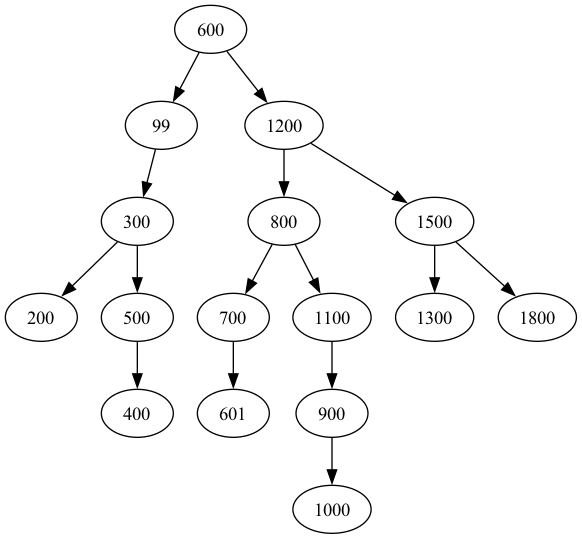
Above: grafica_arbol.png in Edwinhndz/201807124_EDD_Proyecto (Graphviz), before the change. Its source is kept beside it as grafica_arbol.dot.
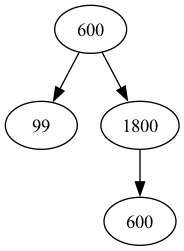
After the commit.

Change to the diagram source:
```diff
@@ -2,46 +2,10 @@
 P12345678[label ="600"];
 P12345678->P98765432;
 P98765432[label ="99"];
-P98765432[label ="99"];
-P98765432->P1514131719;
-P1514131719[label ="300"];
-P1514131719[label ="300"];
-P1514131719->P44454647;
-P44454647[label ="200"];
-P1514131719[label ="300"];
-P1514131719->P32333435;
-P32333435[label ="500"];
-P32333435[label ="500"];
-P32333435->P60616263;
-P60616263[label ="400"];
 P12345678[label ="600"];
-P12345678->P24681012;
-P24681012[label ="1200"];
-P24681012[label ="1200"];
-P24681012->P13579246;
-P13579246[label ="800"];
-P13579246[label ="800"];
-P13579246->P20222426;
-P20222426[label ="700"];
-P20222426[label ="700"];
-P20222426->P52535455;
-P52535455[label ="601"];
-P13579246[label ="800"];
-P13579246->P28293031;
-P28293031[label ="1100"];
-P28293031[label ="1100"];
-P28293031->P36373839;
-P36373839[label ="900"];
-P36373839[label ="900"];
-P36373839->P56575859;
-P56575859[label ="1000"];
-P24681012[label ="1200"];
-P24681012->P369121518;
-P369121518[label ="1500"];
-P369121518[label ="1500"];
-P369121518->P40414243;
-P40414243[label ="1300"];
-P369121518[label ="1500"];
-P369121518->P48495051;
+P12345678->P48495051;
 P48495051[label ="1800"];
+P48495051[label ="1800"];
+P48495051->P52535455;
+P52535455[label ="600"];
  }
```
